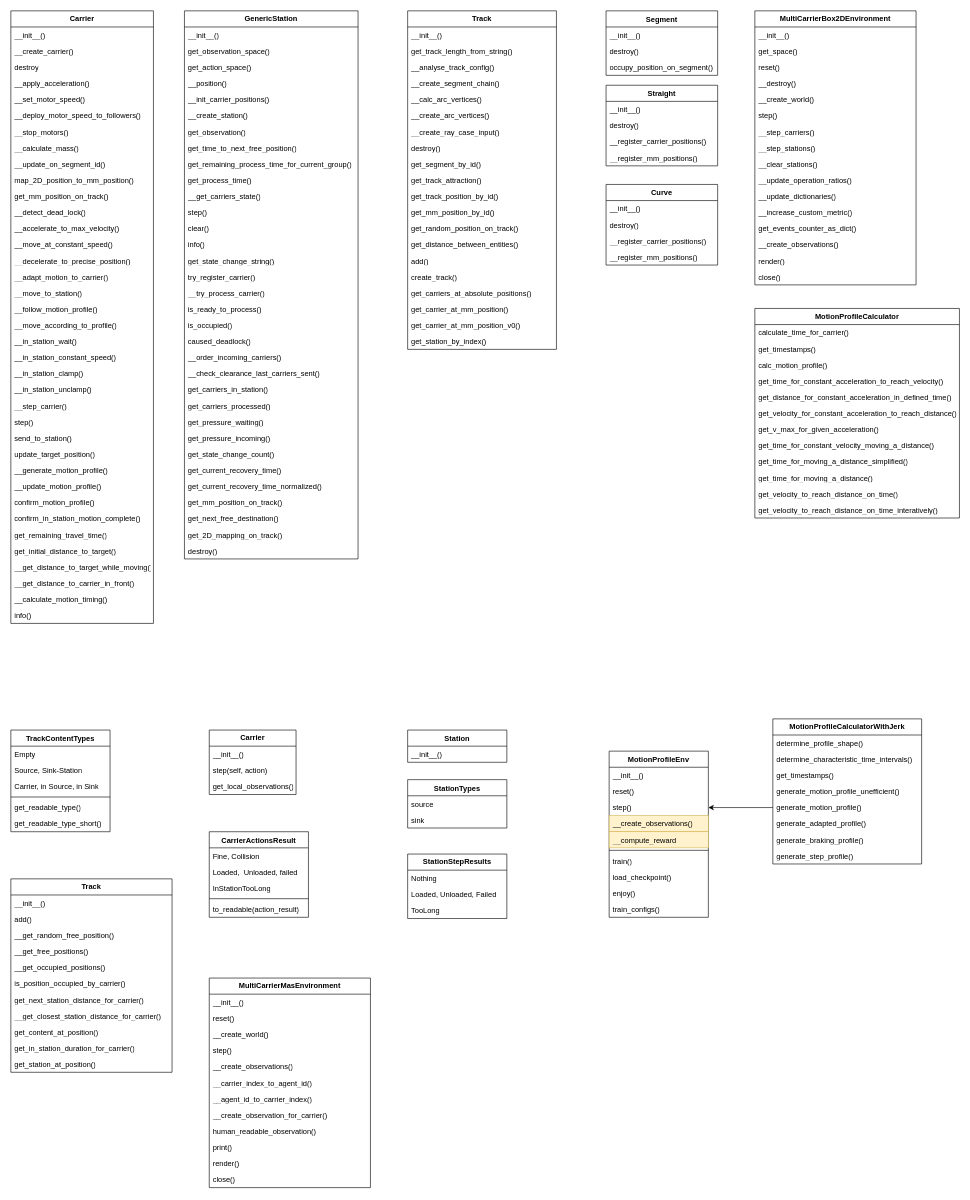
Before: MultiCarrier.drawio in RiemannLee19/UMLs, a draw.io diagram. Source tidied: cells renumbered, new cells numbered last; positions are measured from the earlier drawing's top-left corner, leaving out a move shared by most shapes. Both pictures are drawn from the tidied source at 62%, with x=0, y=0 at pixel (11, 11).
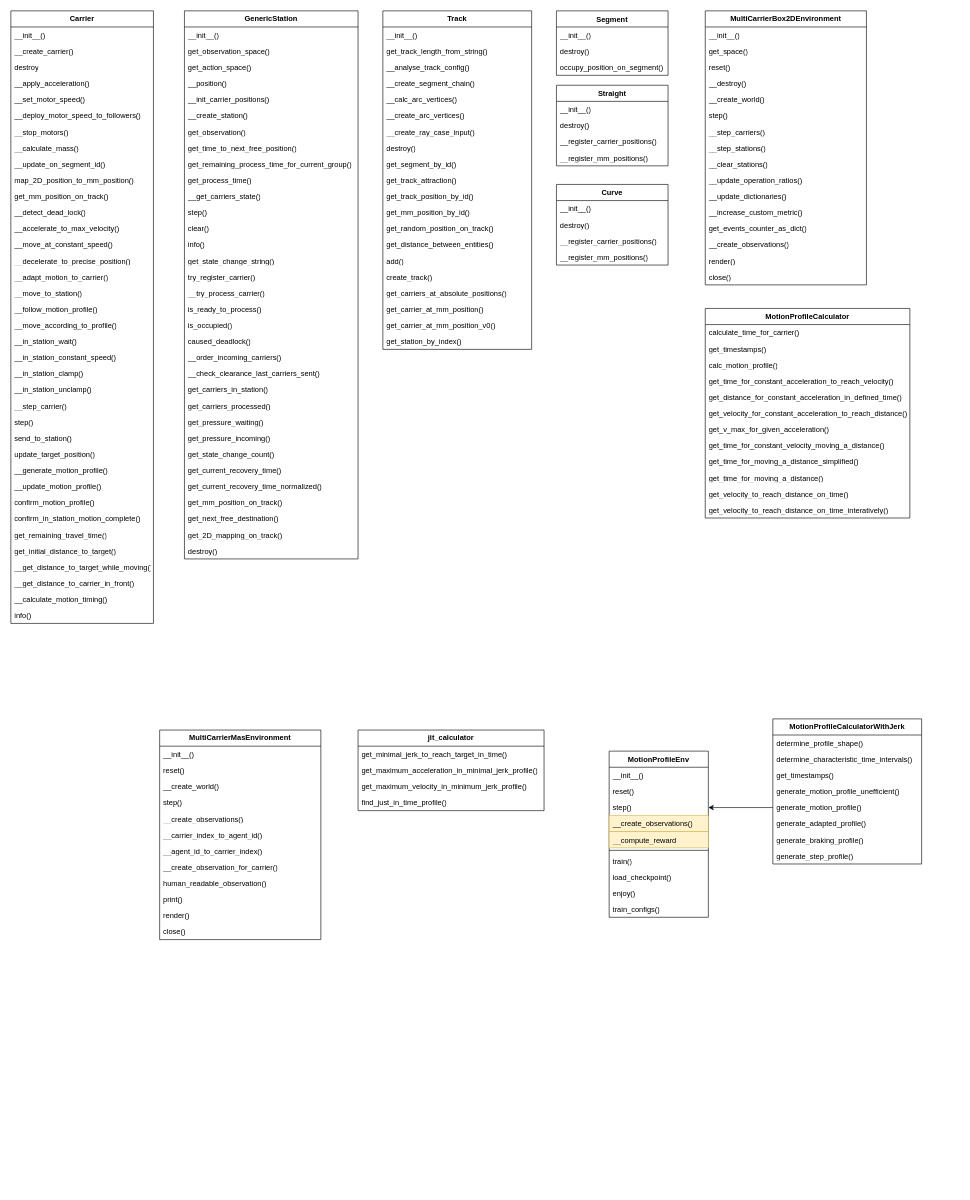
The same diagram, later.

Change to the diagram source:
```diff
@@
-    <mxCell id="40" value="TrackContentTypes" style="swimlane;fontStyle=1;align=center;verticalAlign=top;horizontal=1;startSize=26;whiteSpace=wrap;html=1;" parent="1" vertex="1">
-      <mxGeometry y="1160" width="160" height="164" as="geometry" />
-    </mxCell>
-    <mxCell id="41" value="Empty" style="text;strokeColor=none;fillColor=none;align=left;verticalAlign=top;spacingLeft=4;spacingRight=4;overflow=hidden;whiteSpace=wrap;html=1;" parent="40" vertex="1">
-      <mxGeometry y="26" width="160" height="26" as="geometry" />
-    </mxCell>
-    <mxCell id="42" value="Source, Sink-Station" style="text;strokeColor=none;fillColor=none;align=left;verticalAlign=top;spacingLeft=4;spacingRight=4;overflow=hidden;whiteSpace=wrap;html=1;" parent="40" vertex="1">
-      <mxGeometry y="52" width="160" height="26" as="geometry" />
-    </mxCell>
-    <mxCell id="43" value="Carrier, in Source, in Sink" style="text;strokeColor=none;fillColor=none;align=left;verticalAlign=top;spacingLeft=4;spacingRight=4;overflow=hidden;whiteSpace=wrap;html=1;" parent="40" vertex="1">
-      <mxGeometry y="78" width="160" height="26" as="geometry" />
-    </mxCell>
-    <mxCell id="44" style="line;strokeWidth=1;fillColor=none;align=left;verticalAlign=middle;spacingTop=-1;spacingLeft=3;spacingRight=3;labelPosition=right;strokeColor=inherit;" parent="40" vertex="1">
-      <mxGeometry y="104" width="160" height="8" as="geometry" />
-    </mxCell>
-    <mxCell id="45" value="get_readable_type()" style="text;strokeColor=none;fillColor=none;align=left;verticalAlign=top;spacingLeft=4;spacingRight=4;overflow=hidden;whiteSpace=wrap;html=1;" parent="40" vertex="1">
-      <mxGeometry y="112" width="160" height="26" as="geometry" />
-    </mxCell>
-    <mxCell id="46" value="get_readable_type_short()" style="text;strokeColor=none;fillColor=none;align=left;verticalAlign=top;spacingLeft=4;spacingRight=4;overflow=hidden;whiteSpace=wrap;html=1;" parent="40" vertex="1">
-      <mxGeometry y="138" width="160" height="26" as="geometry" />
-    </mxCell>
-    <mxCell id="47" value="CarrierActionsResult" style="swimlane;fontStyle=1;align=center;verticalAlign=top;horizontal=1;startSize=26;whiteSpace=wrap;html=1;" parent="1" vertex="1">
-      <mxGeometry x="320" y="1324" width="160" height="138" as="geometry" />
-    </mxCell>
-    <mxCell id="48" value="Fine, Collision" style="text;strokeColor=none;fillColor=none;align=left;verticalAlign=top;spacingLeft=4;spacingRight=4;overflow=hidden;whiteSpace=wrap;html=1;" parent="47" vertex="1">
-      <mxGeometry y="26" width="160" height="26" as="geometry" />
-    </mxCell>
-    <mxCell id="49" value="Loaded,&amp;nbsp; Unloaded, failed" style="text;strokeColor=none;fillColor=none;align=left;verticalAlign=top;spacingLeft=4;spacingRight=4;overflow=hidden;whiteSpace=wrap;html=1;" parent="47" vertex="1">
-      <mxGeometry y="52" width="160" height="26" as="geometry" />
-    </mxCell>
-    <mxCell id="50" value="InStationTooLong" style="text;strokeColor=none;fillColor=none;align=left;verticalAlign=top;spacingLeft=4;spacingRight=4;overflow=hidden;whiteSpace=wrap;html=1;" parent="47" vertex="1">
-      <mxGeometry y="78" width="160" height="26" as="geometry" />
-    </mxCell>
-    <mxCell id="51" style="line;strokeWidth=1;fillColor=none;align=left;verticalAlign=middle;spacingTop=-1;spacingLeft=3;spacingRight=3;labelPosition=right;strokeColor=inherit;" parent="47" vertex="1">
-      <mxGeometry y="104" width="160" height="8" as="geometry" />
-    </mxCell>
-    <mxCell id="52" value="to_readable(action_result)" style="text;strokeColor=none;fillColor=none;align=left;verticalAlign=top;spacingLeft=4;spacingRight=4;overflow=hidden;whiteSpace=wrap;html=1;" parent="47" vertex="1">
-      <mxGeometry y="112" width="160" height="26" as="geometry" />
-    </mxCell>
-    <mxCell id="53" value="&lt;b&gt;Carrier&lt;/b&gt;" style="swimlane;fontStyle=0;horizontal=1;startSize=26;fillColor=none;whiteSpace=wrap;html=1;" parent="1" vertex="1">
-      <mxGeometry x="320" y="1160" width="140" height="104" as="geometry" />
-    </mxCell>
-    <mxCell id="54" value="__init__()" style="text;strokeColor=none;fillColor=none;align=left;verticalAlign=top;spacingLeft=4;spacingRight=4;overflow=hidden;whiteSpace=wrap;html=1;" parent="53" vertex="1">
-      <mxGeometry y="26" width="140" height="26" as="geometry" />
-    </mxCell>
-    <mxCell id="55" value="step(self, action)" style="text;strokeColor=none;fillColor=none;align=left;verticalAlign=top;spacingLeft=4;spacingRight=4;overflow=hidden;whiteSpace=wrap;html=1;" parent="53" vertex="1">
-      <mxGeometry y="52" width="140" height="26" as="geometry" />
-    </mxCell>
-    <mxCell id="56" value="get_local_observations()" style="text;strokeColor=none;fillColor=none;align=left;verticalAlign=top;spacingLeft=4;spacingRight=4;overflow=hidden;whiteSpace=wrap;html=1;" parent="53" vertex="1">
-      <mxGeometry y="78" width="140" height="26" as="geometry" />
-    </mxCell>
-    <mxCell id="57" value="&lt;b&gt;Track&lt;/b&gt;" style="swimlane;fontStyle=0;horizontal=1;startSize=26;fillColor=none;whiteSpace=wrap;html=1;" parent="1" vertex="1">
-      <mxGeometry y="1400" width="260" height="312" as="geometry" />
+    <mxCell id="57" value="&lt;b&gt;jit_calculator&lt;/b&gt;" style="swimlane;fontStyle=0;horizontal=1;startSize=26;fillColor=none;whiteSpace=wrap;html=1;" parent="1" vertex="1">
+      <mxGeometry x="560" y="1160" width="300" height="130" as="geometry" />
     </mxCell>
-    <mxCell id="58" value="__init__()" style="text;strokeColor=none;fillColor=none;align=left;verticalAlign=top;spacingLeft=4;spacingRight=4;overflow=hidden;whiteSpace=wrap;html=1;" parent="57" vertex="1">
-      <mxGeometry y="26" width="260" height="26" as="geometry" />
+    <mxCell id="58" value="get_minimal_jerk_to_reach_target_in_time()" style="text;strokeColor=none;fillColor=none;align=left;verticalAlign=top;spacingLeft=4;spacingRight=4;overflow=hidden;whiteSpace=wrap;html=1;" parent="57" vertex="1">
+      <mxGeometry y="26" width="300" height="26" as="geometry" />
     </mxCell>
-    <mxCell id="59" value="add()" style="text;strokeColor=none;fillColor=none;align=left;verticalAlign=top;spacingLeft=4;spacingRight=4;overflow=hidden;whiteSpace=wrap;html=1;" parent="57" vertex="1">
-      <mxGeometry y="52" width="260" height="26" as="geometry" />
+    <mxCell id="59" value="get_maximum_acceleration_in_minimal_jerk_profile()" style="text;strokeColor=none;fillColor=none;align=left;verticalAlign=top;spacingLeft=4;spacingRight=4;overflow=hidden;whiteSpace=wrap;html=1;" parent="57" vertex="1">
+      <mxGeometry y="52" width="300" height="26" as="geometry" />
     </mxCell>
-    <mxCell id="60" value="__get_random_free_position()" style="text;strokeColor=none;fillColor=none;align=left;verticalAlign=top;spacingLeft=4;spacingRight=4;overflow=hidden;whiteSpace=wrap;html=1;" parent="57" vertex="1">
-      <mxGeometry y="78" width="260" height="26" as="geometry" />
+    <mxCell id="60" value="get_maximum_velocity_in_minimum_jerk_profile()" style="text;strokeColor=none;fillColor=none;align=left;verticalAlign=top;spacingLeft=4;spacingRight=4;overflow=hidden;whiteSpace=wrap;html=1;" parent="57" vertex="1">
+      <mxGeometry y="78" width="300" height="26" as="geometry" />
     </mxCell>
-    <mxCell id="61" value="__get_free_positions()" style="text;strokeColor=none;fillColor=none;align=left;verticalAlign=top;spacingLeft=4;spacingRight=4;overflow=hidden;whiteSpace=wrap;html=1;" parent="57" vertex="1">
-      <mxGeometry y="104" width="260" height="26" as="geometry" />
+    <mxCell id="61" value="find_just_in_time_profile()" style="text;strokeColor=none;fillColor=none;align=left;verticalAlign=top;spacingLeft=4;spacingRight=4;overflow=hidden;whiteSpace=wrap;html=1;" parent="57" vertex="1">
+      <mxGeometry y="104" width="300" height="26" as="geometry" />
     </mxCell>
-    <mxCell id="62" value="__get_occupied_positions()" style="text;strokeColor=none;fillColor=none;align=left;verticalAlign=top;spacingLeft=4;spacingRight=4;overflow=hidden;whiteSpace=wrap;html=1;" parent="57" vertex="1">
-      <mxGeometry y="130" width="260" height="26" as="geometry" />
-    </mxCell>
-    <mxCell id="63" value="is_position_occupied_by_carrier()" style="text;strokeColor=none;fillColor=none;align=left;verticalAlign=top;spacingLeft=4;spacingRight=4;overflow=hidden;whiteSpace=wrap;html=1;" parent="57" vertex="1">
-      <mxGeometry y="156" width="260" height="26" as="geometry" />
-    </mxCell>
-    <mxCell id="64" value="get_next_station_distance_for_carrier()" style="text;strokeColor=none;fillColor=none;align=left;verticalAlign=top;spacingLeft=4;spacingRight=4;overflow=hidden;whiteSpace=wrap;html=1;" parent="57" vertex="1">
-      <mxGeometry y="182" width="260" height="26" as="geometry" />
-    </mxCell>
-    <mxCell id="65" value="__get_closest_station_distance_for_carrier()" style="text;strokeColor=none;fillColor=none;align=left;verticalAlign=top;spacingLeft=4;spacingRight=4;overflow=hidden;whiteSpace=wrap;html=1;" parent="57" vertex="1">
-      <mxGeometry y="208" width="260" height="26" as="geometry" />
-    </mxCell>
-    <mxCell id="66" value="get_content_at_position()" style="text;strokeColor=none;fillColor=none;align=left;verticalAlign=top;spacingLeft=4;spacingRight=4;overflow=hidden;whiteSpace=wrap;html=1;" parent="57" vertex="1">
-      <mxGeometry y="234" width="260" height="26" as="geometry" />
-    </mxCell>
-    <mxCell id="67" value="get_in_station_duration_for_carrier()" style="text;strokeColor=none;fillColor=none;align=left;verticalAlign=top;spacingLeft=4;spacingRight=4;overflow=hidden;whiteSpace=wrap;html=1;" parent="57" vertex="1">
-      <mxGeometry y="260" width="260" height="26" as="geometry" />
-    </mxCell>
-    <mxCell id="68" value="get_station_at_position()" style="text;strokeColor=none;fillColor=none;align=left;verticalAlign=top;spacingLeft=4;spacingRight=4;overflow=hidden;whiteSpace=wrap;html=1;" parent="57" vertex="1">
-      <mxGeometry y="286" width="260" height="26" as="geometry" />
-    </mxCell>
-    <mxCell id="69" value="Station" style="swimlane;fontStyle=1;align=center;verticalAlign=top;horizontal=1;startSize=26;whiteSpace=wrap;html=1;" parent="1" vertex="1">
-      <mxGeometry x="640" y="1160" width="160" height="52" as="geometry" />
-    </mxCell>
-    <mxCell id="70" value="__init__()" style="text;strokeColor=none;fillColor=none;align=left;verticalAlign=top;spacingLeft=4;spacingRight=4;overflow=hidden;whiteSpace=wrap;html=1;" parent="69" vertex="1">
-      <mxGeometry y="26" width="160" height="26" as="geometry" />
-    </mxCell>
-    <mxCell id="71" value="&lt;b&gt;StationStepResults&lt;/b&gt;" style="swimlane;fontStyle=0;horizontal=1;startSize=26;fillColor=none;whiteSpace=wrap;html=1;" parent="1" vertex="1">
-      <mxGeometry x="640" y="1360" width="160" height="104" as="geometry" />
-    </mxCell>
-    <mxCell id="72" value="Nothing" style="text;strokeColor=none;fillColor=none;align=left;verticalAlign=top;spacingLeft=4;spacingRight=4;overflow=hidden;whiteSpace=wrap;html=1;" parent="71" vertex="1">
-      <mxGeometry y="26" width="160" height="26" as="geometry" />
-    </mxCell>
-    <mxCell id="73" value="Loaded, Unloaded, Failed" style="text;strokeColor=none;fillColor=none;align=left;verticalAlign=top;spacingLeft=4;spacingRight=4;overflow=hidden;whiteSpace=wrap;html=1;" parent="71" vertex="1">
-      <mxGeometry y="52" width="160" height="26" as="geometry" />
-    </mxCell>
-    <mxCell id="74" value="TooLong" style="text;strokeColor=none;fillColor=none;align=left;verticalAlign=top;spacingLeft=4;spacingRight=4;overflow=hidden;whiteSpace=wrap;html=1;" parent="71" vertex="1">
-      <mxGeometry y="78" width="160" height="26" as="geometry" />
-    </mxCell>
-    <mxCell id="75" value="StationTypes" style="swimlane;fontStyle=1;align=center;verticalAlign=top;horizontal=1;startSize=26;whiteSpace=wrap;html=1;" parent="1" vertex="1">
-      <mxGeometry x="640" y="1240" width="160" height="78" as="geometry" />
-    </mxCell>
-    <mxCell id="76" value="source" style="text;strokeColor=none;fillColor=none;align=left;verticalAlign=top;spacingLeft=4;spacingRight=4;overflow=hidden;whiteSpace=wrap;html=1;" parent="75" vertex="1">
-      <mxGeometry y="26" width="160" height="26" as="geometry" />
-    </mxCell>
-    <mxCell id="77" value="sink" style="text;strokeColor=none;fillColor=none;align=left;verticalAlign=top;spacingLeft=4;spacingRight=4;overflow=hidden;whiteSpace=wrap;html=1;" parent="75" vertex="1">
-      <mxGeometry y="52" width="160" height="26" as="geometry" />
-    </mxCell>
     <mxCell id="78" value="&lt;b&gt;MultiCarrierMasEnvironment&lt;/b&gt;" style="swimlane;fontStyle=0;horizontal=1;startSize=26;fillColor=none;whiteSpace=wrap;html=1;" parent="1" vertex="1">
-      <mxGeometry x="320" y="1560" width="260" height="338" as="geometry" />
+      <mxGeometry x="240" y="1160" width="260" height="338" as="geometry" />
     </mxCell>
@@
     <mxCell id="100" value="&lt;b&gt;MotionProfileCalculator&lt;/b&gt;" style="swimlane;fontStyle=0;horizontal=1;startSize=26;fillColor=none;whiteSpace=wrap;html=1;" parent="1" vertex="1">
-      <mxGeometry x="1200" y="480" width="330" height="338" as="geometry" />
+      <mxGeometry x="1120" y="480" width="330" height="338" as="geometry" />
     </mxCell>
@@
     <mxCell id="113" value="&lt;b&gt;MultiCarrierBox2DEnvironment&lt;/b&gt;" style="swimlane;fontStyle=0;horizontal=1;startSize=26;fillColor=none;whiteSpace=wrap;html=1;" parent="1" vertex="1">
-      <mxGeometry x="1200" width="260" height="442" as="geometry" />
+      <mxGeometry x="1120" width="260" height="442" as="geometry" />
     </mxCell>
@@
     <mxCell id="164" value="&lt;b&gt;Track&lt;/b&gt;" style="swimlane;fontStyle=0;horizontal=1;startSize=26;fillColor=none;whiteSpace=wrap;html=1;" parent="1" vertex="1">
-      <mxGeometry x="640" width="240" height="546" as="geometry" />
+      <mxGeometry x="600" width="240" height="546" as="geometry" />
     </mxCell>
@@
     <mxCell id="197" value="Segment" style="swimlane;fontStyle=1;align=center;verticalAlign=top;horizontal=1;startSize=26;whiteSpace=wrap;html=1;" parent="1" vertex="1">
-      <mxGeometry x="960" width="180" height="104" as="geometry" />
+      <mxGeometry x="880" width="180" height="104" as="geometry" />
     </mxCell>
@@
     <mxCell id="201" value="Straight" style="swimlane;fontStyle=1;align=center;verticalAlign=top;horizontal=1;startSize=26;whiteSpace=wrap;html=1;" parent="1" vertex="1">
-      <mxGeometry x="960" y="120" width="180" height="130" as="geometry" />
+      <mxGeometry x="880" y="120" width="180" height="130" as="geometry" />
     </mxCell>
@@
     <mxCell id="206" value="Curve" style="swimlane;fontStyle=1;align=center;verticalAlign=top;horizontal=1;startSize=26;whiteSpace=wrap;html=1;" parent="1" vertex="1">
-      <mxGeometry x="960" y="280" width="180" height="130" as="geometry" />
+      <mxGeometry x="880" y="280" width="180" height="130" as="geometry" />
     </mxCell>
```
